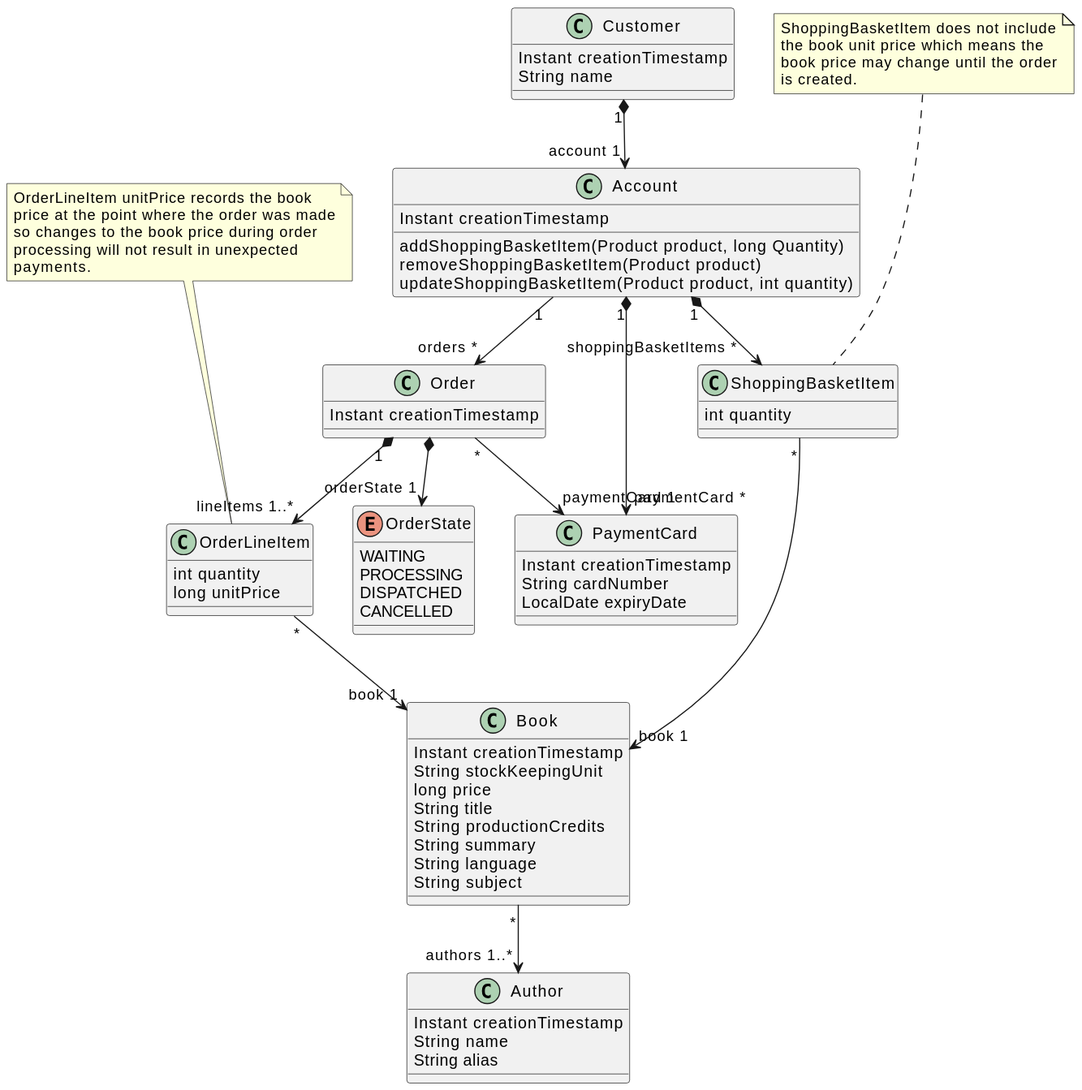
dtmo/bookshop keeps this PlantUML diagram as docs/design/out/book_shop_domain_model/book_shop_domain_model.svg. Above is the earlier version.
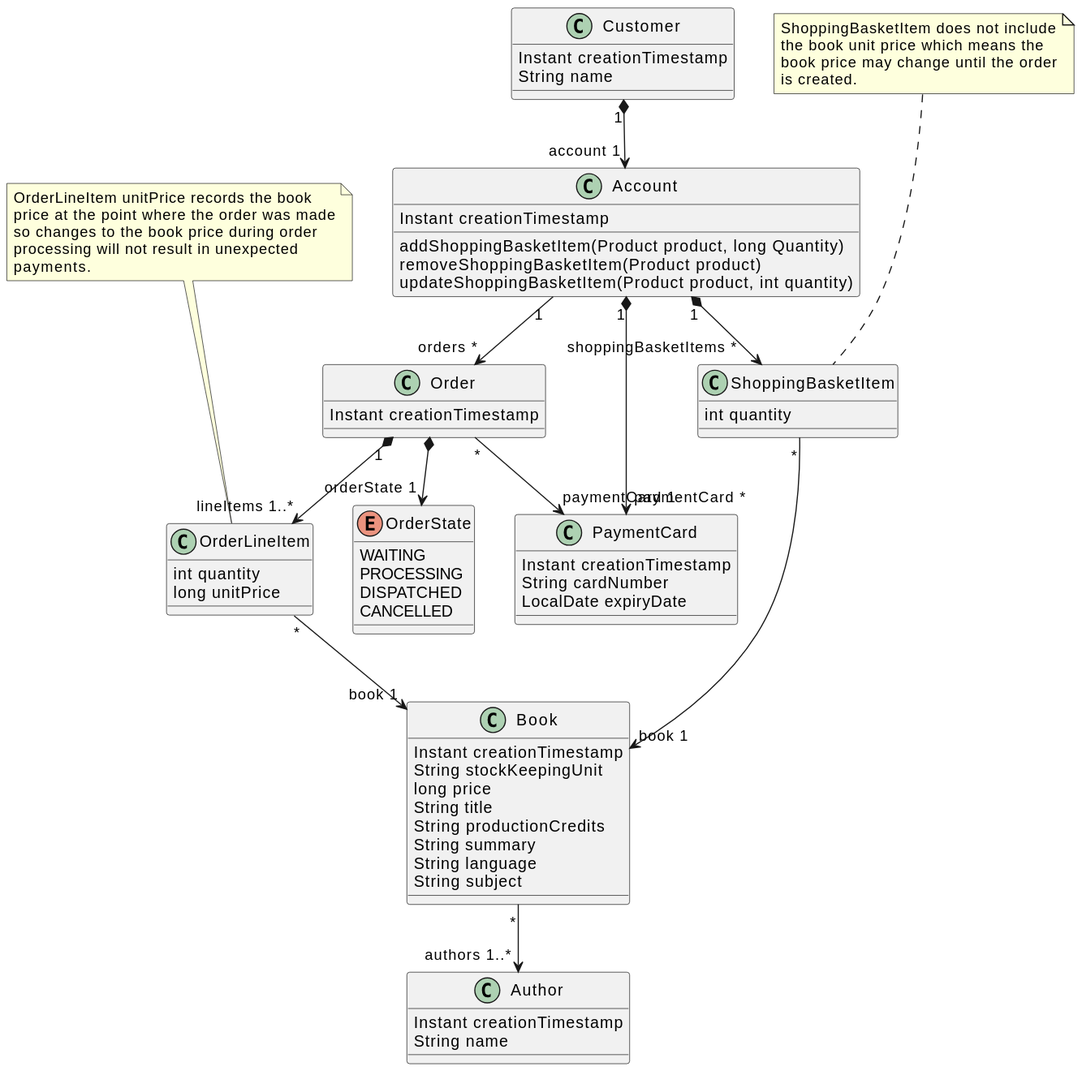
Later version of the same file.

Change to the diagram source:
```diff
@@ -2,7 +2,6 @@
 class Author {
     Instant creationTimestamp
     String name
-    String alias
 }
 
 class Book {
```
